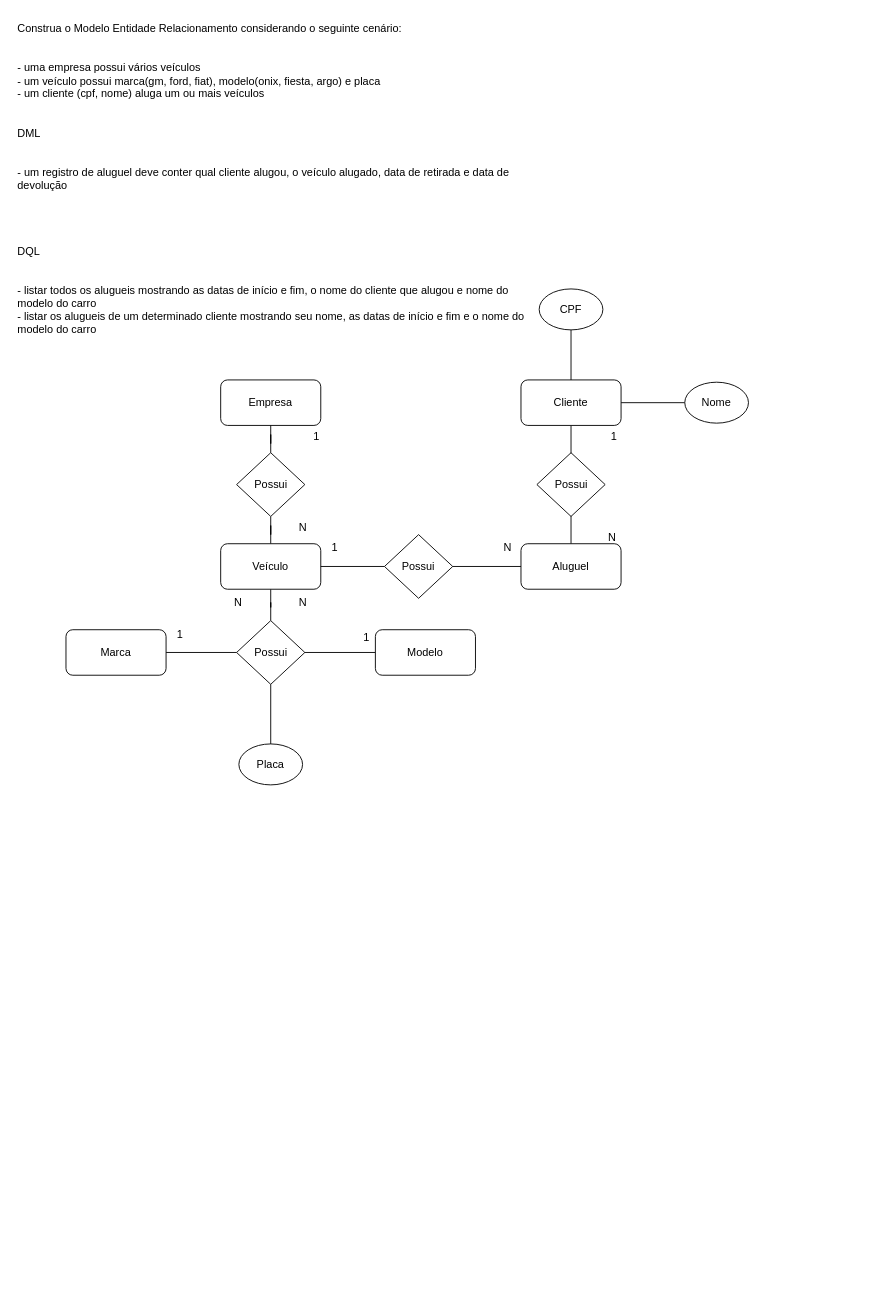
GuilhermeOliveira23/2-Semestre-SENAI keeps this draw.io diagram as page "Página-3" (3 of 7) of Exercícios/DER Ex01/DER00.drawio. Above is the earlier version. Source tidied: cells renumbered, new cells numbered last; positions are measured from the earlier drawing's top-left corner, leaving out a move shared by most shapes. Both pictures are drawn from the tidied source at 91%, with x=0, y=0 at pixel (15, 15).
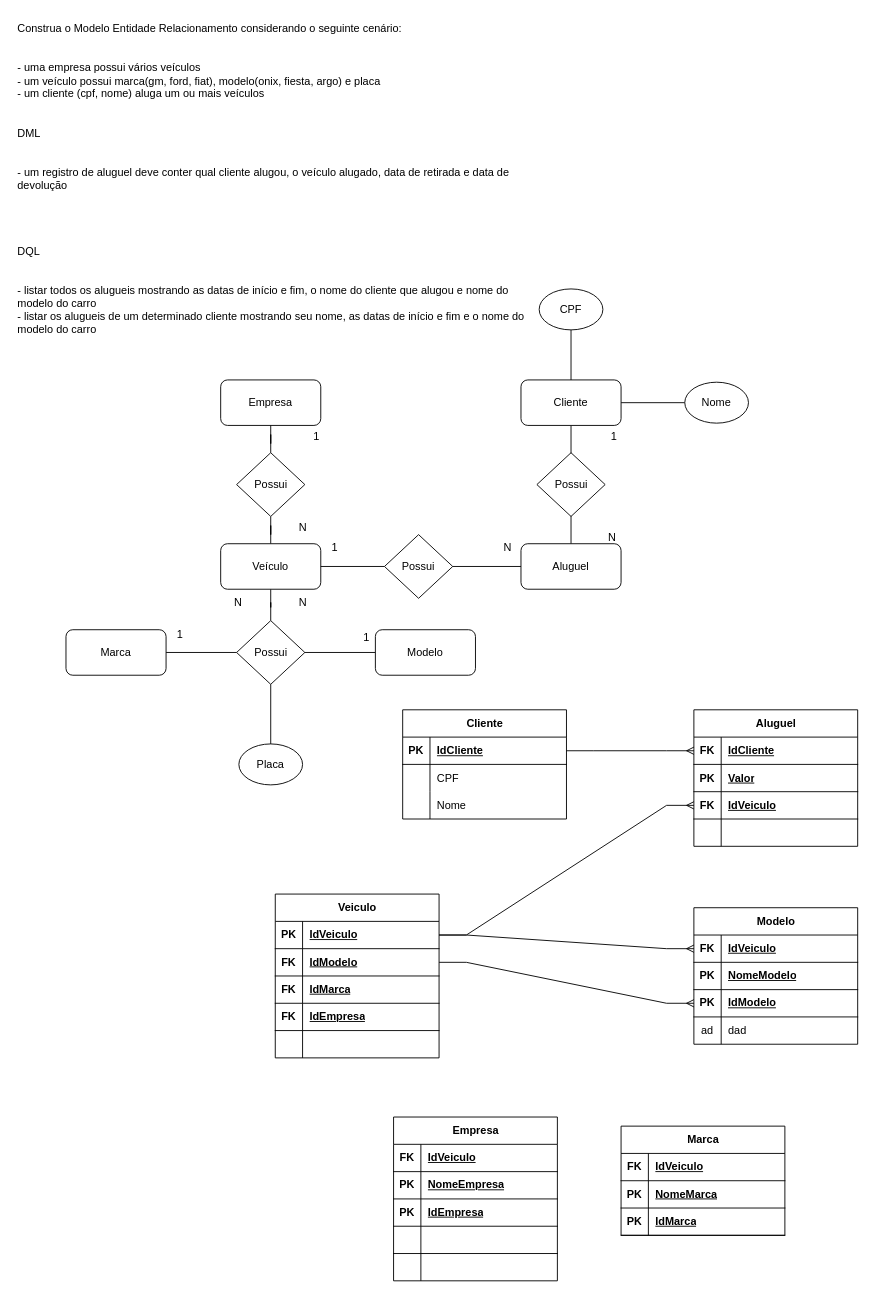
The same page after the edit.

Commit message (it also covers changes not shown here):
Exercícios de DER - Modelo lógico e físico

Diff of the diagram source:
```diff
@@
+    <mxCell id="38" value="Empresa" style="shape=table;startSize=30;childLayout=tableLayout;rowLines=0;fontStyle=1;align=center;html=1;" parent="1" vertex="1">
+      <mxGeometry x="415" y="1210" width="180" height="180" as="geometry" />
+    </mxCell>
+    <mxCell id="39" style="shape=tableRow;horizontal=0;startSize=0;swimlaneHead=0;swimlaneBody=0;fillColor=none;top=0;left=0;right=0;bottom=1;" parent="38" vertex="1">
+      <mxGeometry y="30" width="180" height="30" as="geometry" />
+    </mxCell>
+    <mxCell id="40" value="FK" style="shape=partialRectangle;fillColor=none;top=0;left=0;bottom=0;right=0;fontStyle=1;overflow=hidden;whiteSpace=wrap;html=1;" parent="39" vertex="1">
+      <mxGeometry width="30" height="30" as="geometry" />
+    </mxCell>
+    <mxCell id="41" value="IdVeiculo" style="shape=partialRectangle;fillColor=none;top=0;left=0;bottom=0;right=0;align=left;spacingLeft=6;fontStyle=5;overflow=hidden;whiteSpace=wrap;html=1;" parent="39" vertex="1">
+      <mxGeometry x="30" width="150" height="30" as="geometry" />
+    </mxCell>
+    <mxCell id="42" style="shape=tableRow;horizontal=0;startSize=0;swimlaneHead=0;swimlaneBody=0;fillColor=none;top=0;left=0;right=0;bottom=1;" parent="38" vertex="1">
+      <mxGeometry y="60" width="180" height="30" as="geometry" />
+    </mxCell>
+    <mxCell id="43" value="PK" style="shape=partialRectangle;fillColor=none;top=0;left=0;bottom=0;right=0;fontStyle=1;overflow=hidden;whiteSpace=wrap;html=1;" parent="42" vertex="1">
+      <mxGeometry width="30" height="30" as="geometry" />
+    </mxCell>
+    <mxCell id="44" value="NomeEmpresa" style="shape=partialRectangle;fillColor=none;top=0;left=0;bottom=0;right=0;align=left;spacingLeft=6;fontStyle=5;overflow=hidden;whiteSpace=wrap;html=1;" parent="42" vertex="1">
+      <mxGeometry x="30" width="150" height="30" as="geometry" />
+    </mxCell>
+    <mxCell id="45" style="shape=tableRow;horizontal=0;startSize=0;swimlaneHead=0;swimlaneBody=0;fillColor=none;top=0;left=0;right=0;bottom=1;" parent="38" vertex="1">
+      <mxGeometry y="90" width="180" height="30" as="geometry" />
+    </mxCell>
+    <mxCell id="46" value="PK" style="shape=partialRectangle;fillColor=none;top=0;left=0;bottom=0;right=0;fontStyle=1;overflow=hidden;whiteSpace=wrap;html=1;" parent="45" vertex="1">
+      <mxGeometry width="30" height="30" as="geometry" />
+    </mxCell>
+    <mxCell id="47" value="IdEmpresa" style="shape=partialRectangle;fillColor=none;top=0;left=0;bottom=0;right=0;align=left;spacingLeft=6;fontStyle=5;overflow=hidden;whiteSpace=wrap;html=1;" parent="45" vertex="1">
+      <mxGeometry x="30" width="150" height="30" as="geometry" />
+    </mxCell>
+    <mxCell id="48" style="shape=tableRow;horizontal=0;startSize=0;swimlaneHead=0;swimlaneBody=0;fillColor=none;top=0;left=0;right=0;bottom=1;" parent="38" vertex="1">
+      <mxGeometry y="120" width="180" height="30" as="geometry" />
+    </mxCell>
+    <mxCell id="49" style="shape=partialRectangle;fillColor=none;top=0;left=0;bottom=0;right=0;fontStyle=1;overflow=hidden;whiteSpace=wrap;html=1;" parent="48" vertex="1">
+      <mxGeometry width="30" height="30" as="geometry" />
+    </mxCell>
+    <mxCell id="50" style="shape=partialRectangle;fillColor=none;top=0;left=0;bottom=0;right=0;align=left;spacingLeft=6;fontStyle=5;overflow=hidden;whiteSpace=wrap;html=1;" parent="48" vertex="1">
+      <mxGeometry x="30" width="150" height="30" as="geometry" />
+    </mxCell>
+    <mxCell id="51" style="shape=tableRow;horizontal=0;startSize=0;swimlaneHead=0;swimlaneBody=0;fillColor=none;top=0;left=0;right=0;bottom=0;" parent="38" vertex="1">
+      <mxGeometry y="150" width="180" height="30" as="geometry" />
+    </mxCell>
+    <mxCell id="52" style="shape=partialRectangle;fillColor=none;top=0;left=0;bottom=0;right=0;overflow=hidden;whiteSpace=wrap;html=1;" parent="51" vertex="1">
+      <mxGeometry width="30" height="30" as="geometry" />
+    </mxCell>
+    <mxCell id="53" style="shape=partialRectangle;fillColor=none;top=0;left=0;bottom=0;right=0;align=left;spacingLeft=6;overflow=hidden;whiteSpace=wrap;html=1;" parent="51" vertex="1">
+      <mxGeometry x="30" width="150" height="30" as="geometry" />
+    </mxCell>
+    <mxCell id="54" value="Veiculo" style="shape=table;startSize=30;childLayout=tableLayout;rowLines=0;fontStyle=1;align=center;html=1;" parent="1" vertex="1">
+      <mxGeometry x="285" y="965" width="180" height="180" as="geometry" />
+    </mxCell>
+    <mxCell id="55" style="shape=tableRow;horizontal=0;startSize=0;swimlaneHead=0;swimlaneBody=0;fillColor=none;points=[[0,0.5],[1,0.5]];portConstraint=eastwest;top=0;left=0;right=0;bottom=1;" parent="54" vertex="1">
+      <mxGeometry y="30" width="180" height="30" as="geometry" />
+    </mxCell>
+    <mxCell id="56" value="PK" style="shape=partialRectangle;fillColor=none;top=0;left=0;bottom=0;right=0;fontStyle=1;overflow=hidden;whiteSpace=wrap;html=1;" parent="55" vertex="1">
+      <mxGeometry width="30" height="30" as="geometry" />
+    </mxCell>
+    <mxCell id="57" value="IdVeiculo" style="shape=partialRectangle;fillColor=none;top=0;left=0;bottom=0;right=0;align=left;spacingLeft=6;fontStyle=5;overflow=hidden;whiteSpace=wrap;html=1;" parent="55" vertex="1">
+      <mxGeometry x="30" width="150" height="30" as="geometry" />
+    </mxCell>
+    <mxCell id="58" style="shape=tableRow;horizontal=0;startSize=0;swimlaneHead=0;swimlaneBody=0;fillColor=none;points=[[0,0.5],[1,0.5]];portConstraint=eastwest;top=0;left=0;right=0;bottom=1;" parent="54" vertex="1">
+      <mxGeometry y="60" width="180" height="30" as="geometry" />
+    </mxCell>
+    <mxCell id="59" value="FK" style="shape=partialRectangle;fillColor=none;top=0;left=0;bottom=0;right=0;fontStyle=1;overflow=hidden;whiteSpace=wrap;html=1;" parent="58" vertex="1">
+      <mxGeometry width="30" height="30" as="geometry" />
+    </mxCell>
+    <mxCell id="60" value="IdModelo" style="shape=partialRectangle;fillColor=none;top=0;left=0;bottom=0;right=0;align=left;spacingLeft=6;fontStyle=5;overflow=hidden;whiteSpace=wrap;html=1;" parent="58" vertex="1">
+      <mxGeometry x="30" width="150" height="30" as="geometry" />
+    </mxCell>
+    <mxCell id="61" style="shape=tableRow;horizontal=0;startSize=0;swimlaneHead=0;swimlaneBody=0;fillColor=none;top=0;left=0;right=0;bottom=1;" parent="54" vertex="1">
+      <mxGeometry y="90" width="180" height="30" as="geometry" />
+    </mxCell>
+    <mxCell id="62" value="FK" style="shape=partialRectangle;fillColor=none;top=0;left=0;bottom=0;right=0;fontStyle=1;overflow=hidden;whiteSpace=wrap;html=1;" parent="61" vertex="1">
+      <mxGeometry width="30" height="30" as="geometry" />
+    </mxCell>
+    <mxCell id="63" value="IdMarca" style="shape=partialRectangle;fillColor=none;top=0;left=0;bottom=0;right=0;align=left;spacingLeft=6;fontStyle=5;overflow=hidden;whiteSpace=wrap;html=1;" parent="61" vertex="1">
+      <mxGeometry x="30" width="150" height="30" as="geometry" />
+    </mxCell>
+    <mxCell id="64" style="shape=tableRow;horizontal=0;startSize=0;swimlaneHead=0;swimlaneBody=0;fillColor=none;top=0;left=0;right=0;bottom=1;" parent="54" vertex="1">
+      <mxGeometry y="120" width="180" height="30" as="geometry" />
+    </mxCell>
+    <mxCell id="65" value="FK" style="shape=partialRectangle;fillColor=none;top=0;left=0;bottom=0;right=0;fontStyle=1;overflow=hidden;whiteSpace=wrap;html=1;" parent="64" vertex="1">
+      <mxGeometry width="30" height="30" as="geometry" />
+    </mxCell>
+    <mxCell id="66" value="IdEmpresa" style="shape=partialRectangle;fillColor=none;top=0;left=0;bottom=0;right=0;align=left;spacingLeft=6;fontStyle=5;overflow=hidden;whiteSpace=wrap;html=1;" parent="64" vertex="1">
+      <mxGeometry x="30" width="150" height="30" as="geometry" />
+    </mxCell>
+    <mxCell id="67" style="shape=tableRow;horizontal=0;startSize=0;swimlaneHead=0;swimlaneBody=0;fillColor=none;top=0;left=0;right=0;bottom=0;" parent="54" vertex="1">
+      <mxGeometry y="150" width="180" height="30" as="geometry" />
+    </mxCell>
+    <mxCell id="68" style="shape=partialRectangle;fillColor=none;top=0;left=0;bottom=0;right=0;overflow=hidden;whiteSpace=wrap;html=1;" parent="67" vertex="1">
+      <mxGeometry width="30" height="30" as="geometry" />
+    </mxCell>
+    <mxCell id="69" style="shape=partialRectangle;fillColor=none;top=0;left=0;bottom=0;right=0;align=left;spacingLeft=6;overflow=hidden;whiteSpace=wrap;html=1;" parent="67" vertex="1">
+      <mxGeometry x="30" width="150" height="30" as="geometry" />
+    </mxCell>
+    <mxCell id="70" value="Aluguel" style="shape=table;startSize=30;childLayout=tableLayout;rowLines=0;fontStyle=1;align=center;html=1;" parent="1" vertex="1">
+      <mxGeometry x="745" y="762.5" width="180" height="150" as="geometry" />
+    </mxCell>
+    <mxCell id="71" style="shape=tableRow;horizontal=0;startSize=0;swimlaneHead=0;swimlaneBody=0;fillColor=none;points=[[0,0.5],[1,0.5]];portConstraint=eastwest;top=0;left=0;right=0;bottom=1;" parent="70" vertex="1">
+      <mxGeometry y="30" width="180" height="30" as="geometry" />
+    </mxCell>
+    <mxCell id="72" value="FK" style="shape=partialRectangle;fillColor=none;top=0;left=0;bottom=0;right=0;fontStyle=1;overflow=hidden;whiteSpace=wrap;html=1;" parent="71" vertex="1">
+      <mxGeometry width="30" height="30" as="geometry" />
+    </mxCell>
+    <mxCell id="73" value="IdCliente" style="shape=partialRectangle;fillColor=none;top=0;left=0;bottom=0;right=0;align=left;spacingLeft=6;fontStyle=5;overflow=hidden;whiteSpace=wrap;html=1;" parent="71" vertex="1">
+      <mxGeometry x="30" width="150" height="30" as="geometry" />
+    </mxCell>
+    <mxCell id="74" style="shape=tableRow;horizontal=0;startSize=0;swimlaneHead=0;swimlaneBody=0;fillColor=none;top=0;left=0;right=0;bottom=1;" parent="70" vertex="1">
+      <mxGeometry y="60" width="180" height="30" as="geometry" />
+    </mxCell>
+    <mxCell id="75" value="PK" style="shape=partialRectangle;fillColor=none;top=0;left=0;bottom=0;right=0;fontStyle=1;overflow=hidden;whiteSpace=wrap;html=1;" parent="74" vertex="1">
+      <mxGeometry width="30" height="30" as="geometry" />
+    </mxCell>
+    <mxCell id="76" value="Valor" style="shape=partialRectangle;fillColor=none;top=0;left=0;bottom=0;right=0;align=left;spacingLeft=6;fontStyle=5;overflow=hidden;whiteSpace=wrap;html=1;" parent="74" vertex="1">
+      <mxGeometry x="30" width="150" height="30" as="geometry" />
+    </mxCell>
+    <mxCell id="77" style="shape=tableRow;horizontal=0;startSize=0;swimlaneHead=0;swimlaneBody=0;fillColor=none;points=[[0,0.5],[1,0.5]];portConstraint=eastwest;top=0;left=0;right=0;bottom=1;" parent="70" vertex="1">
+      <mxGeometry y="90" width="180" height="30" as="geometry" />
+    </mxCell>
+    <mxCell id="78" value="FK" style="shape=partialRectangle;fillColor=none;top=0;left=0;bottom=0;right=0;fontStyle=1;overflow=hidden;whiteSpace=wrap;html=1;" parent="77" vertex="1">
+      <mxGeometry width="30" height="30" as="geometry" />
+    </mxCell>
+    <mxCell id="79" value="IdVeiculo" style="shape=partialRectangle;fillColor=none;top=0;left=0;bottom=0;right=0;align=left;spacingLeft=6;fontStyle=5;overflow=hidden;whiteSpace=wrap;html=1;" parent="77" vertex="1">
+      <mxGeometry x="30" width="150" height="30" as="geometry" />
+    </mxCell>
+    <mxCell id="80" style="shape=tableRow;horizontal=0;startSize=0;swimlaneHead=0;swimlaneBody=0;fillColor=none;top=0;left=0;right=0;bottom=0;" parent="70" vertex="1">
+      <mxGeometry y="120" width="180" height="30" as="geometry" />
+    </mxCell>
+    <mxCell id="81" style="shape=partialRectangle;fillColor=none;top=0;left=0;bottom=0;right=0;overflow=hidden;whiteSpace=wrap;html=1;" parent="80" vertex="1">
+      <mxGeometry width="30" height="30" as="geometry" />
+    </mxCell>
+    <mxCell id="82" style="shape=partialRectangle;fillColor=none;top=0;left=0;bottom=0;right=0;align=left;spacingLeft=6;overflow=hidden;whiteSpace=wrap;html=1;" parent="80" vertex="1">
+      <mxGeometry x="30" width="150" height="30" as="geometry" />
+    </mxCell>
+    <mxCell id="83" value="Marca" style="shape=table;startSize=30;childLayout=tableLayout;rowLines=0;fontStyle=1;align=center;html=1;" parent="1" vertex="1">
+      <mxGeometry x="665" y="1220" width="180" height="120" as="geometry" />
+    </mxCell>
+    <mxCell id="84" style="shape=tableRow;horizontal=0;startSize=0;swimlaneHead=0;swimlaneBody=0;fillColor=none;top=0;left=0;right=0;bottom=1;" parent="83" vertex="1">
+      <mxGeometry y="30" width="180" height="30" as="geometry" />
+    </mxCell>
+    <mxCell id="85" value="FK" style="shape=partialRectangle;fillColor=none;top=0;left=0;bottom=0;right=0;fontStyle=1;overflow=hidden;whiteSpace=wrap;html=1;" parent="84" vertex="1">
+      <mxGeometry width="30" height="30" as="geometry" />
+    </mxCell>
+    <mxCell id="86" value="IdVeiculo" style="shape=partialRectangle;fillColor=none;top=0;left=0;bottom=0;right=0;align=left;spacingLeft=6;fontStyle=5;overflow=hidden;whiteSpace=wrap;html=1;" parent="84" vertex="1">
+      <mxGeometry x="30" width="150" height="30" as="geometry" />
+    </mxCell>
+    <mxCell id="87" style="shape=tableRow;horizontal=0;startSize=0;swimlaneHead=0;swimlaneBody=0;fillColor=none;top=0;left=0;right=0;bottom=1;" parent="83" vertex="1">
+      <mxGeometry y="60" width="180" height="30" as="geometry" />
+    </mxCell>
+    <mxCell id="88" value="PK" style="shape=partialRectangle;fillColor=none;top=0;left=0;bottom=0;right=0;fontStyle=1;overflow=hidden;whiteSpace=wrap;html=1;" parent="87" vertex="1">
+      <mxGeometry width="30" height="30" as="geometry" />
+    </mxCell>
+    <mxCell id="89" value="NomeMarca" style="shape=partialRectangle;fillColor=none;top=0;left=0;bottom=0;right=0;align=left;spacingLeft=6;fontStyle=5;overflow=hidden;whiteSpace=wrap;html=1;" parent="87" vertex="1">
+      <mxGeometry x="30" width="150" height="30" as="geometry" />
+    </mxCell>
+    <mxCell id="90" style="shape=tableRow;horizontal=0;startSize=0;swimlaneHead=0;swimlaneBody=0;fillColor=none;top=0;left=0;right=0;bottom=1;" parent="83" vertex="1">
+      <mxGeometry y="90" width="180" height="30" as="geometry" />
+    </mxCell>
+    <mxCell id="91" value="PK" style="shape=partialRectangle;fillColor=none;top=0;left=0;bottom=0;right=0;fontStyle=1;overflow=hidden;whiteSpace=wrap;html=1;" parent="90" vertex="1">
+      <mxGeometry width="30" height="30" as="geometry" />
+    </mxCell>
+    <mxCell id="92" value="IdMarca" style="shape=partialRectangle;fillColor=none;top=0;left=0;bottom=0;right=0;align=left;spacingLeft=6;fontStyle=5;overflow=hidden;whiteSpace=wrap;html=1;" parent="90" vertex="1">
+      <mxGeometry x="30" width="150" height="30" as="geometry" />
+    </mxCell>
+    <mxCell id="93" value="Modelo" style="shape=table;startSize=30;childLayout=tableLayout;rowLines=0;fontStyle=1;align=center;html=1;" parent="1" vertex="1">
+      <mxGeometry x="745" y="980" width="180" height="150" as="geometry" />
+    </mxCell>
+    <mxCell id="94" style="shape=tableRow;horizontal=0;startSize=0;swimlaneHead=0;swimlaneBody=0;fillColor=none;points=[[0,0.5],[1,0.5]];portConstraint=eastwest;top=0;left=0;right=0;bottom=1;" parent="93" vertex="1">
+      <mxGeometry y="30" width="180" height="30" as="geometry" />
+    </mxCell>
+    <mxCell id="95" value="FK" style="shape=partialRectangle;fillColor=none;top=0;left=0;bottom=0;right=0;fontStyle=1;overflow=hidden;whiteSpace=wrap;html=1;" parent="94" vertex="1">
+      <mxGeometry width="30" height="30" as="geometry" />
+    </mxCell>
+    <mxCell id="96" value="IdVeiculo" style="shape=partialRectangle;fillColor=none;top=0;left=0;bottom=0;right=0;align=left;spacingLeft=6;fontStyle=5;overflow=hidden;whiteSpace=wrap;html=1;" parent="94" vertex="1">
+      <mxGeometry x="30" width="150" height="30" as="geometry" />
+    </mxCell>
+    <mxCell id="97" style="shape=tableRow;horizontal=0;startSize=0;swimlaneHead=0;swimlaneBody=0;fillColor=none;top=0;left=0;right=0;bottom=1;" parent="93" vertex="1">
+      <mxGeometry y="60" width="180" height="30" as="geometry" />
+    </mxCell>
+    <mxCell id="98" value="PK" style="shape=partialRectangle;fillColor=none;top=0;left=0;bottom=0;right=0;fontStyle=1;overflow=hidden;whiteSpace=wrap;html=1;" parent="97" vertex="1">
+      <mxGeometry width="30" height="30" as="geometry" />
+    </mxCell>
+    <mxCell id="99" value="NomeModelo" style="shape=partialRectangle;fillColor=none;top=0;left=0;bottom=0;right=0;align=left;spacingLeft=6;fontStyle=5;overflow=hidden;whiteSpace=wrap;html=1;" parent="97" vertex="1">
+      <mxGeometry x="30" width="150" height="30" as="geometry" />
+    </mxCell>
+    <mxCell id="100" style="shape=tableRow;horizontal=0;startSize=0;swimlaneHead=0;swimlaneBody=0;fillColor=none;points=[[0,0.5],[1,0.5]];portConstraint=eastwest;top=0;left=0;right=0;bottom=1;" parent="93" vertex="1">
+      <mxGeometry y="90" width="180" height="30" as="geometry" />
+    </mxCell>
+    <mxCell id="101" value="PK" style="shape=partialRectangle;fillColor=none;top=0;left=0;bottom=0;right=0;fontStyle=1;overflow=hidden;whiteSpace=wrap;html=1;" parent="100" vertex="1">
+      <mxGeometry width="30" height="30" as="geometry" />
+    </mxCell>
+    <mxCell id="102" value="IdModelo" style="shape=partialRectangle;fillColor=none;top=0;left=0;bottom=0;right=0;align=left;spacingLeft=6;fontStyle=5;overflow=hidden;whiteSpace=wrap;html=1;" parent="100" vertex="1">
+      <mxGeometry x="30" width="150" height="30" as="geometry" />
+    </mxCell>
+    <mxCell id="103" style="shape=tableRow;horizontal=0;startSize=0;swimlaneHead=0;swimlaneBody=0;fillColor=none;top=0;left=0;right=0;bottom=0;" parent="93" vertex="1">
+      <mxGeometry y="120" width="180" height="30" as="geometry" />
+    </mxCell>
+    <mxCell id="104" value="ad" style="shape=partialRectangle;fillColor=none;top=0;left=0;bottom=0;right=0;overflow=hidden;whiteSpace=wrap;html=1;" parent="103" vertex="1">
+      <mxGeometry width="30" height="30" as="geometry" />
+    </mxCell>
+    <mxCell id="105" value="dad" style="shape=partialRectangle;fillColor=none;top=0;left=0;bottom=0;right=0;align=left;spacingLeft=6;overflow=hidden;whiteSpace=wrap;html=1;" parent="103" vertex="1">
+      <mxGeometry x="30" width="150" height="30" as="geometry" />
+    </mxCell>
+    <mxCell id="106" value="Cliente" style="shape=table;startSize=30;childLayout=tableLayout;rowLines=0;fontStyle=1;align=center;html=1;" parent="1" vertex="1">
+      <mxGeometry x="425" y="762.5" width="180" height="120" as="geometry" />
+    </mxCell>
+    <mxCell id="107" style="shape=tableRow;horizontal=0;startSize=0;swimlaneHead=0;swimlaneBody=0;fillColor=none;points=[[0,0.5],[1,0.5]];portConstraint=eastwest;top=0;left=0;right=0;bottom=1;" parent="106" vertex="1">
+      <mxGeometry y="30" width="180" height="30" as="geometry" />
+    </mxCell>
+    <mxCell id="108" value="PK" style="shape=partialRectangle;fillColor=none;top=0;left=0;bottom=0;right=0;fontStyle=1;overflow=hidden;whiteSpace=wrap;html=1;" parent="107" vertex="1">
+      <mxGeometry width="30" height="30" as="geometry" />
+    </mxCell>
+    <mxCell id="109" value="IdCliente" style="shape=partialRectangle;fillColor=none;top=0;left=0;bottom=0;right=0;align=left;spacingLeft=6;fontStyle=5;overflow=hidden;whiteSpace=wrap;html=1;" parent="107" vertex="1">
+      <mxGeometry x="30" width="150" height="30" as="geometry" />
+    </mxCell>
+    <mxCell id="110" style="shape=tableRow;horizontal=0;startSize=0;swimlaneHead=0;swimlaneBody=0;fillColor=none;top=0;left=0;right=0;bottom=0;" parent="106" vertex="1">
+      <mxGeometry y="60" width="180" height="30" as="geometry" />
+    </mxCell>
+    <mxCell id="111" style="shape=partialRectangle;fillColor=none;top=0;left=0;bottom=0;right=0;overflow=hidden;whiteSpace=wrap;html=1;" parent="110" vertex="1">
+      <mxGeometry width="30" height="30" as="geometry" />
+    </mxCell>
+    <mxCell id="112" value="CPF" style="shape=partialRectangle;fillColor=none;top=0;left=0;bottom=0;right=0;align=left;spacingLeft=6;overflow=hidden;whiteSpace=wrap;html=1;" parent="110" vertex="1">
+      <mxGeometry x="30" width="150" height="30" as="geometry" />
+    </mxCell>
+    <mxCell id="113" style="shape=tableRow;horizontal=0;startSize=0;swimlaneHead=0;swimlaneBody=0;fillColor=none;top=0;left=0;right=0;bottom=0;" parent="106" vertex="1">
+      <mxGeometry y="90" width="180" height="30" as="geometry" />
+    </mxCell>
+    <mxCell id="114" style="shape=partialRectangle;fillColor=none;top=0;left=0;bottom=0;right=0;overflow=hidden;whiteSpace=wrap;html=1;" parent="113" vertex="1">
+      <mxGeometry width="30" height="30" as="geometry" />
+    </mxCell>
+    <mxCell id="115" value="Nome" style="shape=partialRectangle;fillColor=none;top=0;left=0;bottom=0;right=0;align=left;spacingLeft=6;overflow=hidden;whiteSpace=wrap;html=1;" parent="113" vertex="1">
+      <mxGeometry x="30" width="150" height="30" as="geometry" />
+    </mxCell>
+    <mxCell id="116" style="edgeStyle=entityRelationEdgeStyle;fontSize=12;html=1;endArrow=ERmany;rounded=0;exitX=1;exitY=0.5;exitDx=0;exitDy=0;entryX=0;entryY=0.5;entryDx=0;entryDy=0;" parent="1" edge="1" source="107" target="71">
+      <mxGeometry relative="1" as="geometry" />
+    </mxCell>
+    <mxCell id="117" style="edgeStyle=entityRelationEdgeStyle;fontSize=12;html=1;endArrow=ERmany;rounded=0;entryX=0;entryY=0.5;entryDx=0;entryDy=0;exitX=1;exitY=0.5;exitDx=0;exitDy=0;" parent="1" edge="1" source="55" target="77">
+      <mxGeometry relative="1" as="geometry" />
+    </mxCell>
+    <mxCell id="118" style="edgeStyle=entityRelationEdgeStyle;fontSize=12;html=1;endArrow=ERmany;rounded=0;entryX=0;entryY=0.5;entryDx=0;entryDy=0;exitX=1;exitY=0.5;exitDx=0;exitDy=0;" parent="1" edge="1" source="55" target="94">
+      <mxGeometry relative="1" as="geometry" />
+    </mxCell>
+    <mxCell id="119" style="edgeStyle=entityRelationEdgeStyle;fontSize=12;html=1;endArrow=ERmany;rounded=0;entryX=0;entryY=0.5;entryDx=0;entryDy=0;exitX=1;exitY=0.5;exitDx=0;exitDy=0;" parent="1" edge="1" source="58" target="100">
+      <mxGeometry relative="1" as="geometry" />
+    </mxCell>
```
